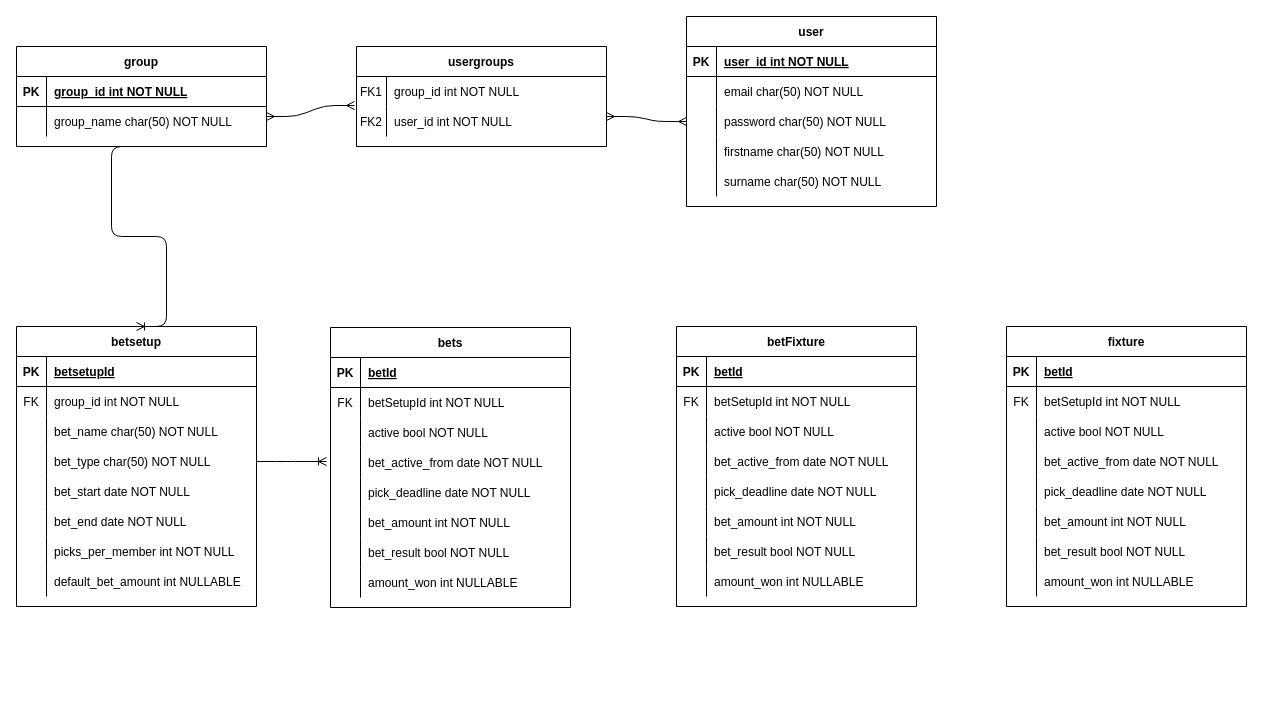
Before: Untitled Diagram.drawio in LeeGordon83/GroupBetLogger, a draw.io diagram. Source tidied: cells renumbered, new cells numbered last; positions are measured from the earlier drawing's top-left corner, leaving out a move shared by most shapes. Both pictures are drawn from the tidied source at 100%, with x=0, y=0 at pixel (16, 16).
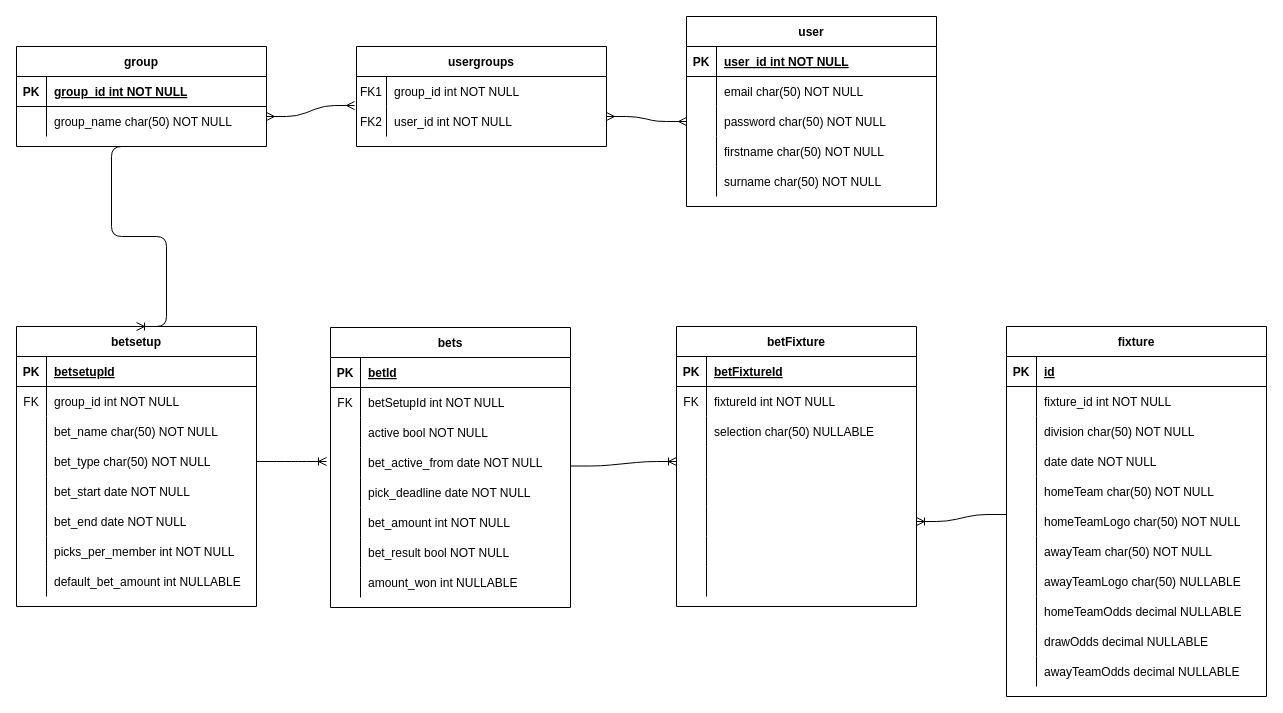
Above is the later version.

Unchanged cells that the change refers to:
```xml
<mxCell id="87" style="shape=partialRectangle;fillColor=none;top=0;left=0;bottom=1;right=0;" parent="86" vertex="1">
  <mxGeometry y="30" width="240" height="30" as="geometry" />
</mxCell>
<mxCell id="90" style="shape=partialRectangle;fillColor=none;top=0;left=0;bottom=0;right=0;" parent="86" vertex="1">
  <mxGeometry y="60" width="240" height="30" as="geometry" />
</mxCell>
<mxCell id="93" style="shape=partialRectangle;fillColor=none;top=0;left=0;bottom=0;right=0;" parent="86" vertex="1">
  <mxGeometry y="90" width="240" height="30" as="geometry" />
</mxCell>
<mxCell id="96" style="shape=partialRectangle;fillColor=none;top=0;left=0;bottom=0;right=0;points=[[0,0.5],[1,0.5]];portConstraint=eastwest;" parent="86" vertex="1">
  <mxGeometry y="120" width="240" height="30" as="geometry" />
</mxCell>
<mxCell id="99" style="shape=partialRectangle;fillColor=none;top=0;left=0;bottom=0;right=0;" parent="86" vertex="1">
  <mxGeometry y="150" width="240" height="30" as="geometry" />
</mxCell>
<mxCell id="102" style="shape=partialRectangle;fillColor=none;top=0;left=0;bottom=0;right=0;points=[[0,0.5],[1,0.5]];portConstraint=eastwest;" parent="86" vertex="1">
  <mxGeometry y="180" width="240" height="30" as="geometry" />
</mxCell>
<mxCell id="105" style="shape=partialRectangle;fillColor=none;top=0;left=0;bottom=0;right=0;" parent="86" vertex="1">
  <mxGeometry y="210" width="240" height="30" as="geometry" />
</mxCell>
<mxCell id="108" style="shape=partialRectangle;fillColor=none;top=0;left=0;bottom=0;right=0;" parent="86" vertex="1">
  <mxGeometry y="240" width="240" height="30" as="geometry" />
</mxCell>
```

The edit, as a diff of the source:
```diff
@@
-    <mxCell id="89" value="betId" style="shape=partialRectangle;fillColor=none;top=0;left=0;bottom=0;right=0;align=left;spacingLeft=6;fontStyle=5;overflow=hidden;" parent="87" vertex="1">
+    <mxCell id="89" value="betFixtureId" style="shape=partialRectangle;fillColor=none;top=0;left=0;bottom=0;right=0;align=left;spacingLeft=6;fontStyle=5;overflow=hidden;" parent="87" vertex="1">
       <mxGeometry x="30" width="210" height="30" as="geometry" />
     </mxCell>
@@
-    <mxCell id="92" value="betSetupId int NOT NULL" style="shape=partialRectangle;fillColor=none;top=0;left=0;bottom=0;right=0;align=left;spacingLeft=6;overflow=hidden;" parent="90" vertex="1">
+    <mxCell id="92" value="fixtureId int NOT NULL" style="shape=partialRectangle;fillColor=none;top=0;left=0;bottom=0;right=0;align=left;spacingLeft=6;overflow=hidden;" parent="90" vertex="1">
       <mxGeometry x="30" width="210" height="30" as="geometry" />
     </mxCell>
@@
-    <mxCell id="95" value="active bool NOT NULL" style="shape=partialRectangle;fillColor=none;top=0;left=0;bottom=0;right=0;align=left;spacingLeft=6;overflow=hidden;" parent="93" vertex="1">
+    <mxCell id="95" value="selection char(50) NULLABLE" style="shape=partialRectangle;fillColor=none;top=0;left=0;bottom=0;right=0;align=left;spacingLeft=6;overflow=hidden;" parent="93" vertex="1">
       <mxGeometry x="30" width="210" height="30" as="geometry" />
     </mxCell>
@@
-    <mxCell id="98" value="bet_active_from date NOT NULL" style="shape=partialRectangle;fillColor=none;top=0;left=0;bottom=0;right=0;align=left;spacingLeft=6;overflow=hidden;" parent="96" vertex="1">
+    <mxCell id="98" style="shape=partialRectangle;fillColor=none;top=0;left=0;bottom=0;right=0;align=left;spacingLeft=6;overflow=hidden;" parent="96" vertex="1">
       <mxGeometry x="30" width="210" height="30" as="geometry" />
     </mxCell>
@@
-    <mxCell id="101" value="pick_deadline date NOT NULL" style="shape=partialRectangle;fillColor=none;top=0;left=0;bottom=0;right=0;align=left;spacingLeft=6;overflow=hidden;" parent="99" vertex="1">
+    <mxCell id="101" style="shape=partialRectangle;fillColor=none;top=0;left=0;bottom=0;right=0;align=left;spacingLeft=6;overflow=hidden;" parent="99" vertex="1">
       <mxGeometry x="30" width="210" height="30" as="geometry" />
     </mxCell>
@@
-    <mxCell id="104" value="bet_amount int NOT NULL" style="shape=partialRectangle;fillColor=none;top=0;left=0;bottom=0;right=0;align=left;spacingLeft=6;overflow=hidden;" parent="102" vertex="1">
+    <mxCell id="104" style="shape=partialRectangle;fillColor=none;top=0;left=0;bottom=0;right=0;align=left;spacingLeft=6;overflow=hidden;" parent="102" vertex="1">
       <mxGeometry x="30" width="210" height="30" as="geometry" />
     </mxCell>
@@
-    <mxCell id="107" value="bet_result bool NOT NULL" style="shape=partialRectangle;fillColor=none;top=0;left=0;bottom=0;right=0;align=left;spacingLeft=6;overflow=hidden;" parent="105" vertex="1">
+    <mxCell id="107" style="shape=partialRectangle;fillColor=none;top=0;left=0;bottom=0;right=0;align=left;spacingLeft=6;overflow=hidden;" parent="105" vertex="1">
       <mxGeometry x="30" width="210" height="30" as="geometry" />
     </mxCell>
@@
-    <mxCell id="110" value="amount_won int NULLABLE" style="shape=partialRectangle;fillColor=none;top=0;left=0;bottom=0;right=0;align=left;spacingLeft=6;overflow=hidden;" parent="108" vertex="1">
+    <mxCell id="110" style="shape=partialRectangle;fillColor=none;top=0;left=0;bottom=0;right=0;align=left;spacingLeft=6;overflow=hidden;" parent="108" vertex="1">
       <mxGeometry x="30" width="210" height="30" as="geometry" />
     </mxCell>
     <mxCell id="111" value="fixture" style="shape=table;startSize=30;childLayout=tableLayout;rowLines=0;fontStyle=1;align=center;" parent="1" vertex="1">
-      <mxGeometry x="990" y="310" width="240" height="280" as="geometry" />
+      <mxGeometry x="990" y="310" width="260" height="370" as="geometry" />
     </mxCell>
     <mxCell id="112" style="shape=partialRectangle;fillColor=none;top=0;left=0;bottom=1;right=0;" parent="111" vertex="1">
-      <mxGeometry y="30" width="240" height="30" as="geometry" />
+      <mxGeometry y="30" width="260" height="30" as="geometry" />
     </mxCell>
@@
-    <mxCell id="114" value="betId" style="shape=partialRectangle;fillColor=none;top=0;left=0;bottom=0;right=0;align=left;spacingLeft=6;fontStyle=5;overflow=hidden;" parent="112" vertex="1">
-      <mxGeometry x="30" width="210" height="30" as="geometry" />
+    <mxCell id="114" value="id" style="shape=partialRectangle;fillColor=none;top=0;left=0;bottom=0;right=0;align=left;spacingLeft=6;fontStyle=5;overflow=hidden;" parent="112" vertex="1">
+      <mxGeometry x="30" width="230" height="30" as="geometry" />
     </mxCell>
     <mxCell id="115" style="shape=partialRectangle;fillColor=none;top=0;left=0;bottom=0;right=0;" parent="111" vertex="1">
-      <mxGeometry y="60" width="240" height="30" as="geometry" />
+      <mxGeometry y="60" width="260" height="30" as="geometry" />
     </mxCell>
-    <mxCell id="116" value="FK" style="shape=partialRectangle;fillColor=none;top=0;left=0;bottom=0;right=0;overflow=hidden;" parent="115" vertex="1">
+    <mxCell id="116" style="shape=partialRectangle;fillColor=none;top=0;left=0;bottom=0;right=0;overflow=hidden;" parent="115" vertex="1">
       <mxGeometry width="30" height="30" as="geometry" />
     </mxCell>
-    <mxCell id="117" value="betSetupId int NOT NULL" style="shape=partialRectangle;fillColor=none;top=0;left=0;bottom=0;right=0;align=left;spacingLeft=6;overflow=hidden;" parent="115" vertex="1">
-      <mxGeometry x="30" width="210" height="30" as="geometry" />
+    <mxCell id="117" value="fixture_id int NOT NULL" style="shape=partialRectangle;fillColor=none;top=0;left=0;bottom=0;right=0;align=left;spacingLeft=6;overflow=hidden;" parent="115" vertex="1">
+      <mxGeometry x="30" width="230" height="30" as="geometry" />
     </mxCell>
     <mxCell id="118" style="shape=partialRectangle;fillColor=none;top=0;left=0;bottom=0;right=0;" parent="111" vertex="1">
-      <mxGeometry y="90" width="240" height="30" as="geometry" />
+      <mxGeometry y="90" width="260" height="30" as="geometry" />
     </mxCell>
@@
-    <mxCell id="120" value="active bool NOT NULL" style="shape=partialRectangle;fillColor=none;top=0;left=0;bottom=0;right=0;align=left;spacingLeft=6;overflow=hidden;" parent="118" vertex="1">
-      <mxGeometry x="30" width="210" height="30" as="geometry" />
+    <mxCell id="120" value="division char(50) NOT NULL" style="shape=partialRectangle;fillColor=none;top=0;left=0;bottom=0;right=0;align=left;spacingLeft=6;overflow=hidden;" parent="118" vertex="1">
+      <mxGeometry x="30" width="230" height="30" as="geometry" />
     </mxCell>
     <mxCell id="121" style="shape=partialRectangle;fillColor=none;top=0;left=0;bottom=0;right=0;" parent="111" vertex="1">
-      <mxGeometry y="120" width="240" height="30" as="geometry" />
+      <mxGeometry y="120" width="260" height="30" as="geometry" />
     </mxCell>
@@
-    <mxCell id="123" value="bet_active_from date NOT NULL" style="shape=partialRectangle;fillColor=none;top=0;left=0;bottom=0;right=0;align=left;spacingLeft=6;overflow=hidden;" parent="121" vertex="1">
-      <mxGeometry x="30" width="210" height="30" as="geometry" />
+    <mxCell id="123" value="date date NOT NULL" style="shape=partialRectangle;fillColor=none;top=0;left=0;bottom=0;right=0;align=left;spacingLeft=6;overflow=hidden;" parent="121" vertex="1">
+      <mxGeometry x="30" width="230" height="30" as="geometry" />
     </mxCell>
     <mxCell id="124" style="shape=partialRectangle;fillColor=none;top=0;left=0;bottom=0;right=0;" parent="111" vertex="1">
-      <mxGeometry y="150" width="240" height="30" as="geometry" />
+      <mxGeometry y="150" width="260" height="30" as="geometry" />
     </mxCell>
@@
-    <mxCell id="126" value="pick_deadline date NOT NULL" style="shape=partialRectangle;fillColor=none;top=0;left=0;bottom=0;right=0;align=left;spacingLeft=6;overflow=hidden;" parent="124" vertex="1">
-      <mxGeometry x="30" width="210" height="30" as="geometry" />
+    <mxCell id="126" value="homeTeam char(50) NOT NULL" style="shape=partialRectangle;fillColor=none;top=0;left=0;bottom=0;right=0;align=left;spacingLeft=6;overflow=hidden;" parent="124" vertex="1">
+      <mxGeometry x="30" width="230" height="30" as="geometry" />
     </mxCell>
     <mxCell id="127" style="shape=partialRectangle;fillColor=none;top=0;left=0;bottom=0;right=0;points=[[0,0.5],[1,0.5]];portConstraint=eastwest;" parent="111" vertex="1">
-      <mxGeometry y="180" width="240" height="30" as="geometry" />
+      <mxGeometry y="180" width="260" height="30" as="geometry" />
     </mxCell>
@@
-    <mxCell id="129" value="bet_amount int NOT NULL" style="shape=partialRectangle;fillColor=none;top=0;left=0;bottom=0;right=0;align=left;spacingLeft=6;overflow=hidden;" parent="127" vertex="1">
-      <mxGeometry x="30" width="210" height="30" as="geometry" />
+    <mxCell id="129" value="homeTeamLogo char(50) NOT NULL" style="shape=partialRectangle;fillColor=none;top=0;left=0;bottom=0;right=0;align=left;spacingLeft=6;overflow=hidden;" parent="127" vertex="1">
+      <mxGeometry x="30" width="230" height="30" as="geometry" />
     </mxCell>
     <mxCell id="130" style="shape=partialRectangle;fillColor=none;top=0;left=0;bottom=0;right=0;" parent="111" vertex="1">
-      <mxGeometry y="210" width="240" height="30" as="geometry" />
+      <mxGeometry y="210" width="260" height="30" as="geometry" />
     </mxCell>
@@
-    <mxCell id="132" value="bet_result bool NOT NULL" style="shape=partialRectangle;fillColor=none;top=0;left=0;bottom=0;right=0;align=left;spacingLeft=6;overflow=hidden;" parent="130" vertex="1">
-      <mxGeometry x="30" width="210" height="30" as="geometry" />
+    <mxCell id="132" value="awayTeam char(50) NOT NULL" style="shape=partialRectangle;fillColor=none;top=0;left=0;bottom=0;right=0;align=left;spacingLeft=6;overflow=hidden;" parent="130" vertex="1">
+      <mxGeometry x="30" width="230" height="30" as="geometry" />
     </mxCell>
     <mxCell id="133" style="shape=partialRectangle;fillColor=none;top=0;left=0;bottom=0;right=0;" parent="111" vertex="1">
-      <mxGeometry y="240" width="240" height="30" as="geometry" />
+      <mxGeometry y="240" width="260" height="30" as="geometry" />
     </mxCell>
@@
-    <mxCell id="135" value="amount_won int NULLABLE" style="shape=partialRectangle;fillColor=none;top=0;left=0;bottom=0;right=0;align=left;spacingLeft=6;overflow=hidden;" parent="133" vertex="1">
-      <mxGeometry x="30" width="210" height="30" as="geometry" />
+    <mxCell id="135" value="awayTeamLogo char(50) NULLABLE" style="shape=partialRectangle;fillColor=none;top=0;left=0;bottom=0;right=0;align=left;spacingLeft=6;overflow=hidden;" parent="133" vertex="1">
+      <mxGeometry x="30" width="230" height="30" as="geometry" />
     </mxCell>
+    <mxCell id="136" style="shape=partialRectangle;fillColor=none;top=0;left=0;bottom=0;right=0;" parent="111" vertex="1">
+      <mxGeometry y="270" width="260" height="30" as="geometry" />
+    </mxCell>
+    <mxCell id="137" style="shape=partialRectangle;fillColor=none;top=0;left=0;bottom=0;right=0;overflow=hidden;" parent="136" vertex="1">
+      <mxGeometry width="30" height="30" as="geometry" />
+    </mxCell>
+    <mxCell id="138" value="homeTeamOdds decimal NULLABLE" style="shape=partialRectangle;fillColor=none;top=0;left=0;bottom=0;right=0;align=left;spacingLeft=6;overflow=hidden;" parent="136" vertex="1">
+      <mxGeometry x="30" width="230" height="30" as="geometry" />
+    </mxCell>
+    <mxCell id="139" style="shape=partialRectangle;fillColor=none;top=0;left=0;bottom=0;right=0;" parent="111" vertex="1">
+      <mxGeometry y="300" width="260" height="30" as="geometry" />
+    </mxCell>
+    <mxCell id="140" style="shape=partialRectangle;fillColor=none;top=0;left=0;bottom=0;right=0;overflow=hidden;" parent="139" vertex="1">
+      <mxGeometry width="30" height="30" as="geometry" />
+    </mxCell>
+    <mxCell id="141" value="drawOdds decimal NULLABLE" style="shape=partialRectangle;fillColor=none;top=0;left=0;bottom=0;right=0;align=left;spacingLeft=6;overflow=hidden;" parent="139" vertex="1">
+      <mxGeometry x="30" width="230" height="30" as="geometry" />
+    </mxCell>
+    <mxCell id="142" style="shape=partialRectangle;fillColor=none;top=0;left=0;bottom=0;right=0;" parent="111" vertex="1">
+      <mxGeometry y="330" width="260" height="30" as="geometry" />
+    </mxCell>
+    <mxCell id="143" style="shape=partialRectangle;fillColor=none;top=0;left=0;bottom=0;right=0;overflow=hidden;" parent="142" vertex="1">
+      <mxGeometry width="30" height="30" as="geometry" />
+    </mxCell>
+    <mxCell id="144" value="awayTeamOdds decimal NULLABLE" style="shape=partialRectangle;fillColor=none;top=0;left=0;bottom=0;right=0;align=left;spacingLeft=6;overflow=hidden;" parent="142" vertex="1">
+      <mxGeometry x="30" width="230" height="30" as="geometry" />
+    </mxCell>
+    <mxCell id="145" style="edgeStyle=entityRelationEdgeStyle;fontSize=12;html=1;endArrow=ERoneToMany;exitX=1;exitY=0.5;exitDx=0;exitDy=0;entryX=0;entryY=0.5;entryDx=0;entryDy=0;" parent="1" edge="1" target="96">
+      <mxGeometry relative="1" as="geometry">
+        <mxPoint x="554" y="449.5" as="sourcePoint" />
+      </mxGeometry>
+    </mxCell>
+    <mxCell id="146" style="edgeStyle=entityRelationEdgeStyle;fontSize=12;html=1;endArrow=ERoneToMany;entryX=1;entryY=0.5;entryDx=0;entryDy=0;exitX=0.002;exitY=0.267;exitDx=0;exitDy=0;exitPerimeter=0;" parent="1" edge="1" source="127" target="102">
+      <mxGeometry relative="1" as="geometry" />
+    </mxCell>
```
